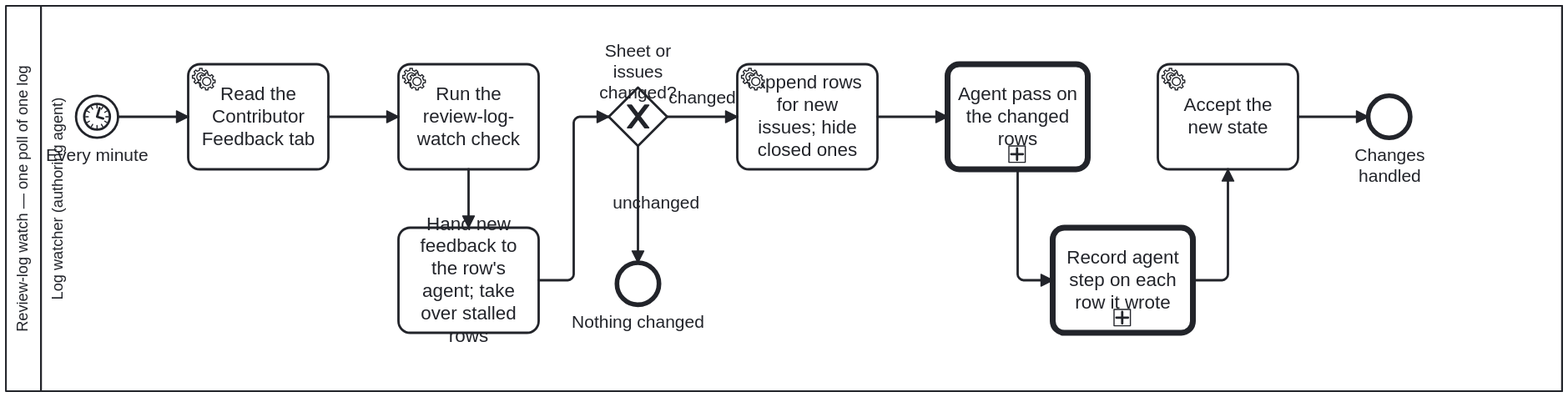
The BPMN diagram processes/content/review-log-watch.svg in litlfred/folio-assistant-core, before a commit. Its source is kept beside it as processes/content/review-log-watch.bpmn. Ids are renumbered. Its diagram source:
```xml
<!--
  folio-assistant — the review-log watcher's poll.

  Source of truth: this file. Any SVG of it is generated by `bun run cat
  render:bpmn`; never hand-edit one.

  The mechanical check that decides whether a review log needs agent work: no
  agent work starts unless the sheet or the issues changed. Tool
  review-log-watch; skill review-log-watch.
  Calls contributor-feedback.bpmn for each changed row.
-->
<bpmn:definitions xmlns:bpmn="http://www.omg.org/spec/BPMN/20100524/MODEL"
                  xmlns:bpmndi="http://www.omg.org/spec/BPMN/20100524/DI"
                  xmlns:dc="http://www.omg.org/spec/DD/20100524/DC"
                  xmlns:di="http://www.omg.org/spec/DD/20100524/DI"
                  xmlns:bootstrap.processes="https://litlfred.github.io/bootstrap/v0/processes/ns/"
                  id="Definitions_ReviewLogWatch"
                  targetNamespace="https://litlfred.github.io/folio-assistant/workflows"
                  exporter="folio-assistant" exporterVersion="1">
  <bpmn:import namespace="https://litlfred.github.io/bootstrap/v0/processes/ns/" location="https://litlfred.github.io/bootstrap/v0/processes/ns.jsonld" importType="http://www.w3.org/ns/json-ld"/>
  <bpmn:resource id="authoring-agent" name="Authoring agent"/>

  <bpmn:collaboration id="Collaboration_ReviewLogWatch">
    <bpmn:participant id="Participant_ReviewLogWatch" name="Review-log watch — one poll of one log" processRef="Process_ReviewLogWatch" />
  </bpmn:collaboration>
  <bpmn:process id="Process_ReviewLogWatch" name="Review-log watch" isExecutable="false">
    <bpmn:documentation>
      One poll of one review log (a drafting Contributor Feedback sheet, or a
      public-comment sheet's Review Change Sets) and its folio repository. A tool decides, with no agent judgement, whether
      anything a person set in the sheet or any open issue changed since the
      last poll. Only then does the agent append rows for new issues and do
      its pass. Skill: review-log-watch.
    </bpmn:documentation>
    <bpmn:laneSet id="Process_ReviewLogWatch_LaneSet">
      <bpmn:lane id="Lane_Watcher" name="Log watcher (authoring agent)" partitionElementRef="authoring-agent">
        <bpmn:documentation>The agent thread that watches the log. Until the check says changed it only reads and runs the tool.</bpmn:documentation>
        <bpmn:flowNodeRef>StartEvent_Poll</bpmn:flowNodeRef>
        <bpmn:flowNodeRef>Task_ReadSheet</bpmn:flowNodeRef>
        <bpmn:flowNodeRef>Task_RunCheck</bpmn:flowNodeRef>
        <bpmn:flowNodeRef>Task_StallCheck</bpmn:flowNodeRef>
        <bpmn:flowNodeRef>Gateway_Changed</bpmn:flowNodeRef>
        <bpmn:flowNodeRef>Task_AppendRows</bpmn:flowNodeRef>
        <bpmn:flowNodeRef>Task_AgentPass</bpmn:flowNodeRef>
        <bpmn:flowNodeRef>Task_RecordStep</bpmn:flowNodeRef>
        <bpmn:flowNodeRef>Task_Accept</bpmn:flowNodeRef>
        <bpmn:flowNodeRef>EndEvent_Done</bpmn:flowNodeRef>
        <bpmn:flowNodeRef>EndEvent_NoWork</bpmn:flowNodeRef>
      </bpmn:lane>
    </bpmn:laneSet>

    <bpmn:startEvent id="StartEvent_Poll" name="Every minute">
      <bpmn:documentation>The watcher's poll: a chain of 1-minute delayed wakes, each queuing the next before it reads anything, with an hourly scheduled task that restarts the chain if it breaks.</bpmn:documentation>
      <bpmn:outgoing>WF01</bpmn:outgoing>
      <bpmn:timerEventDefinition id="Timer_Poll"><bpmn:timeCycle>R/PT1M</bpmn:timeCycle></bpmn:timerEventDefinition>
    </bpmn:startEvent>
    <bpmn:serviceTask id="Task_ReadSheet" name="Read the Contributor Feedback tab">
      <bpmn:documentation>Reads Watch!F1:I1, the hash of the person-set cells that the sheet script writes on every refresh, and Contributor Feedback's header row and Issue column (a public-comment log: Review Change Sets' header row and Change-set column), and saves them as JSON for the check. A sheet without the Watch hash yet is read whole. Reading is not agent work: it changes nothing.</bpmn:documentation>
      <bpmn:extensionElements><bootstrap.processes:skill ref="review-log-watch"/></bpmn:extensionElements>
      <bpmn:incoming>WF01</bpmn:incoming>
      <bpmn:outgoing>WF02</bpmn:outgoing>
    </bpmn:serviceTask>
    <bpmn:serviceTask id="Task_RunCheck" name="Run the review-log-watch check">
      <bpmn:documentation>Runs Tool review-log-watch with the folio repository, the saved values and the log's state file. The tool reads the repository's open and closed issues (no pull requests, no issue labelled no-sheet) and compares a digest of them and of the cells people set (Title, Selected Sections, Contributor Feedback, Disposition, Ready for agent, Ready for merge, Dispositions confirmed; on a public-comment log also Committee Feedback, TWG (CS), TWG (human), Change Set (human)) with the last check's. A read with no Issue column tracks only change-set issues and appends no rows, reporting them as issue-unlinked. It writes nothing.</bpmn:documentation>
      <bpmn:extensionElements><bootstrap.processes:skill ref="review-log-watch"/></bpmn:extensionElements>
      <bpmn:incoming>WF02</bpmn:incoming>
      <bpmn:outgoing>WF03</bpmn:outgoing>
    </bpmn:serviceTask>
    <bpmn:task id="Task_StallCheck" name="Hand new feedback to the row's agent; take over stalled rows">
      <bpmn:documentation>On every poll, changed or not, new Blue feedback goes verbatim to the agent working the row, and a stalled row is restarted or taken over. For each row: new Blue feedback goes, verbatim and in the same poll, to the thread that owns the row (named in its Agent row or Feedback (agent)), and Feedback (agent) says who has it. A row is stalled when its Blue cells changed, or Ready for agent turned Yes, more than 10 minutes ago and no Agent step was recorded since; or when its agent recorded no step for 2 hours. A stalled row's owning thread is asked once; with no answer within 10 minutes, or a thread that is done or stopped, the watcher takes the row over, or asks the coordinator for a new thread, and writes the new owner, the step and a link into Feedback (agent).</bpmn:documentation>
      <bpmn:extensionElements><bootstrap.processes:skill ref="review-log-watch"/></bpmn:extensionElements>
      <bpmn:incoming>WF03</bpmn:incoming>
      <bpmn:outgoing>WF09</bpmn:outgoing>
    </bpmn:task>
    <bpmn:exclusiveGateway id="Gateway_Changed" name="Sheet or issues changed?">
      <bpmn:documentation>The tool's status. unchanged (exit 0): the poll ends and no other agent work starts. changed (exit 10): its changes and the rows to append go on.</bpmn:documentation>
      <bpmn:incoming>WF09</bpmn:incoming>
      <bpmn:outgoing>WF04</bpmn:outgoing>
      <bpmn:outgoing>WF05</bpmn:outgoing>
    </bpmn:exclusiveGateway>
    <bpmn:serviceTask id="Task_AppendRows" name="Append rows for new issues; hide closed ones">
      <bpmn:documentation>For each row in the tool's append list (one per issue that no row's Issue cell links yet), appends it below the last row of Contributor Feedback: Title is the issue's title, the first Contributor Feedback column @login (#N): the issue's first paragraph, Issue its URL. The script gives each new row its Change-set id. No other writer adds issue rows. Then each row linking a closed issue (the tool's closedRows, and the rows just appended as closed) is hidden and its text struck through.</bpmn:documentation>
      <bpmn:extensionElements><bootstrap.processes:skill ref="review-log-watch"/></bpmn:extensionElements>
      <bpmn:incoming>WF04</bpmn:incoming>
      <bpmn:outgoing>WF06</bpmn:outgoing>
    </bpmn:serviceTask>
    <bpmn:callActivity id="Task_AgentPass" name="Agent pass on the changed rows" calledElement="Process_ContributorFeedback">
      <bpmn:documentation>For each changed row, the agent pass of Contributor feedback on a working draft: Ready for agent = Yes gets its edit, Ready for merge = Yes its merge, and a Blue answer to a Decision needed question is taken up. Every new row (from an issue, a person or a TWG workbook), every row with an empty Feedback (agent) and every row whose Blue cells changed gets feedback in the same wake, in the fixed layout: the ask first (Decision needed: with lettered options, one recommended, and where to answer), then Proposed direction: and Next:, only the tags bold. The work stays inside the row's Selected Sections; a row with none gets a question asking which, and any edit outside them is named on an Outside the selected sections: line. PRs are named as repo#n, which the sheet script links, and it adds a Where to review line linking each selected section on the preview. The agent then runs tools/review-log-watch/lint.ts and fixes what it flags: a cell that breaks the layout, or a PR state that GitHub contradicts. The agent records its step on the Agent tab at once, with the real time. Previews follow main: by default (Config PREVIEW_REFRESH automatic) the agent runs tools/review-log-watch/previews.ts on every poll for every open change-set PR, and also when people act on a change set (new Blue feedback, Ready for agent set to Yes, or feedback asking to update the preview); with PREVIEW_REFRESH on-feedback, only then. A branch behind main gets main merged in (a merge commit), pushed and restaged; a conflict a person must settle is asked in the change set's feedback.</bpmn:documentation>
      <bpmn:extensionElements><bootstrap.processes:skill ref="review-sheet-script"/></bpmn:extensionElements>
      <bpmn:incoming>WF06</bpmn:incoming>
      <bpmn:outgoing>WF07</bpmn:outgoing>
    </bpmn:callActivity>
    <bpmn:callActivity id="Task_RecordStep" name="Record agent step on each row it wrote" calledElement="Process_RecordAgentStep">
      <bpmn:documentation>For every row the pass or the stall check wrote, Record agent step: the Agent tab row first (status, pull request, preview, step), then Feedback (agent) from it, then read back Agentic status and Staging review. A row whose Feedback (agent) names a pull request or preview its Agent row does not, or whose Agent step is not "&lt;step&gt; &lt;time&gt;", is fixed here.</bpmn:documentation>
      <bpmn:extensionElements><bootstrap.processes:skill ref="review-sheet-agent-columns"/></bpmn:extensionElements>
      <bpmn:incoming>WF07</bpmn:incoming>
      <bpmn:outgoing>WF10</bpmn:outgoing>
    </bpmn:callActivity>
    <bpmn:serviceTask id="Task_Accept" name="Accept the new state">
      <bpmn:documentation>Runs the check again with --accept, so the state file holds what was just handled and the next poll compares against it. A row the pass could not finish stays changed and is picked up on the next poll.</bpmn:documentation>
      <bpmn:extensionElements><bootstrap.processes:skill ref="review-log-watch"/></bpmn:extensionElements>
      <bpmn:incoming>WF10</bpmn:incoming>
      <bpmn:outgoing>WF08</bpmn:outgoing>
    </bpmn:serviceTask>
    <bpmn:endEvent id="EndEvent_Done" name="Changes handled">
      <bpmn:incoming>WF08</bpmn:incoming>
    </bpmn:endEvent>
    <bpmn:endEvent id="EndEvent_NoWork" name="Nothing changed">
      <bpmn:documentation>No agent work: the next wake is queued and the poll ends.</bpmn:documentation>
      <bpmn:incoming>WF05</bpmn:incoming>
    </bpmn:endEvent>

    <bpmn:sequenceFlow id="WF01" sourceRef="StartEvent_Poll" targetRef="Task_ReadSheet" />
    <bpmn:sequenceFlow id="WF02" sourceRef="Task_ReadSheet" targetRef="Task_RunCheck" />
    <bpmn:sequenceFlow id="WF03" sourceRef="Task_RunCheck" targetRef="Task_StallCheck" />
    <bpmn:sequenceFlow id="WF09" sourceRef="Task_StallCheck" targetRef="Gateway_Changed" />
    <bpmn:sequenceFlow id="WF04" name="changed" sourceRef="Gateway_Changed" targetRef="Task_AppendRows" />
    <bpmn:sequenceFlow id="WF05" name="unchanged" sourceRef="Gateway_Changed" targetRef="EndEvent_NoWork" />
    <bpmn:sequenceFlow id="WF06" sourceRef="Task_AppendRows" targetRef="Task_AgentPass" />
    <bpmn:sequenceFlow id="WF07" sourceRef="Task_AgentPass" targetRef="Task_RecordStep" />
    <bpmn:sequenceFlow id="WF10" sourceRef="Task_RecordStep" targetRef="Task_Accept" />
    <bpmn:sequenceFlow id="WF08" sourceRef="Task_Accept" targetRef="EndEvent_Done" />
  </bpmn:process>

  <bpmndi:BPMNDiagram id="BPMNDiagram_ReviewLogWatch">
    <bpmndi:BPMNPlane id="BPMNPlane_1" bpmnElement="Collaboration_ReviewLogWatch">
      <bpmndi:BPMNShape id="Participant_ReviewLogWatch_di" bpmnElement="Participant_ReviewLogWatch" isHorizontal="true">
        <dc:Bounds x="160" y="60" width="1332" height="330" />
      </bpmndi:BPMNShape>
      <bpmndi:BPMNShape id="Lane_Watcher_di" bpmnElement="Lane_Watcher" isHorizontal="true">
        <dc:Bounds x="190" y="60" width="1302" height="330" />
      </bpmndi:BPMNShape>
      <bpmndi:BPMNShape id="StartEvent_Poll_di" bpmnElement="StartEvent_Poll">
        <dc:Bounds x="220" y="137" width="36" height="36" />
        <bpmndi:BPMNLabel><dc:Bounds x="180" y="179" width="116" height="30" /></bpmndi:BPMNLabel>
      </bpmndi:BPMNShape>
      <bpmndi:BPMNShape id="Task_ReadSheet_di" bpmnElement="Task_ReadSheet">
        <dc:Bounds x="316" y="110" width="120" height="90" />
      </bpmndi:BPMNShape>
      <bpmndi:BPMNShape id="Task_RunCheck_di" bpmnElement="Task_RunCheck">
        <dc:Bounds x="496" y="110" width="120" height="90" />
      </bpmndi:BPMNShape>
      <bpmndi:BPMNShape id="Gateway_Changed_di" bpmnElement="Gateway_Changed" isMarkerVisible="true">
        <dc:Bounds x="676" y="130" width="50" height="50" />
        <bpmndi:BPMNLabel><dc:Bounds x="636" y="90" width="130" height="30" /></bpmndi:BPMNLabel>
      </bpmndi:BPMNShape>
      <bpmndi:BPMNShape id="Task_AppendRows_di" bpmnElement="Task_AppendRows">
        <dc:Bounds x="786" y="110" width="120" height="90" />
      </bpmndi:BPMNShape>
      <bpmndi:BPMNShape id="Task_AgentPass_di" bpmnElement="Task_AgentPass">
        <dc:Bounds x="966" y="110" width="120" height="90" />
      </bpmndi:BPMNShape>
      <bpmndi:BPMNShape id="Task_Accept_di" bpmnElement="Task_Accept">
        <dc:Bounds x="1146" y="110" width="120" height="90" />
      </bpmndi:BPMNShape>
      <bpmndi:BPMNShape id="EndEvent_Done_di" bpmnElement="EndEvent_Done">
        <dc:Bounds x="1326" y="137" width="36" height="36" />
        <bpmndi:BPMNLabel><dc:Bounds x="1286" y="179" width="116" height="30" /></bpmndi:BPMNLabel>
      </bpmndi:BPMNShape>
      <bpmndi:BPMNShape id="EndEvent_NoWork_di" bpmnElement="EndEvent_NoWork">
        <dc:Bounds x="683" y="280" width="36" height="36" />
        <bpmndi:BPMNLabel><dc:Bounds x="643" y="322" width="116" height="30" /></bpmndi:BPMNLabel>
      </bpmndi:BPMNShape>
      <bpmndi:BPMNEdge id="WF01_di" bpmnElement="WF01">
        <di:waypoint x="256" y="155" />
        <di:waypoint x="316" y="155" />
      </bpmndi:BPMNEdge>
      <bpmndi:BPMNEdge id="WF02_di" bpmnElement="WF02">
        <di:waypoint x="436" y="155" />
        <di:waypoint x="496" y="155" />
      </bpmndi:BPMNEdge>
      <bpmndi:BPMNShape id="Task_StallCheck_di" bpmnElement="Task_StallCheck">
        <dc:Bounds x="496" y="250" width="120" height="90" />
      </bpmndi:BPMNShape>
      <bpmndi:BPMNEdge id="WF03_di" bpmnElement="WF03">
        <di:waypoint x="556" y="200" />
        <di:waypoint x="556" y="250" />
      </bpmndi:BPMNEdge>
      <bpmndi:BPMNEdge id="WF09_di" bpmnElement="WF09">
        <di:waypoint x="616" y="295" />
        <di:waypoint x="646" y="295" />
        <di:waypoint x="646" y="155" />
        <di:waypoint x="676" y="155" />
      </bpmndi:BPMNEdge>
      <bpmndi:BPMNEdge id="WF04_di" bpmnElement="WF04">
        <di:waypoint x="726" y="155" />
        <di:waypoint x="786" y="155" />
      </bpmndi:BPMNEdge>
      <bpmndi:BPMNEdge id="WF05_di" bpmnElement="WF05">
        <di:waypoint x="701" y="180" />
        <di:waypoint x="701" y="280" />
      </bpmndi:BPMNEdge>
      <bpmndi:BPMNEdge id="WF06_di" bpmnElement="WF06">
        <di:waypoint x="906" y="155" />
        <di:waypoint x="966" y="155" />
      </bpmndi:BPMNEdge>
      <bpmndi:BPMNShape id="Task_RecordStep_di" bpmnElement="Task_RecordStep">
        <dc:Bounds x="1056" y="250" width="120" height="90" />
      </bpmndi:BPMNShape>
      <bpmndi:BPMNEdge id="WF07_di" bpmnElement="WF07">
        <di:waypoint x="1026" y="200" />
        <di:waypoint x="1026" y="295" />
        <di:waypoint x="1056" y="295" />
      </bpmndi:BPMNEdge>
      <bpmndi:BPMNEdge id="WF10_di" bpmnElement="WF10">
        <di:waypoint x="1176" y="295" />
        <di:waypoint x="1206" y="295" />
        <di:waypoint x="1206" y="200" />
      </bpmndi:BPMNEdge>
      <bpmndi:BPMNEdge id="WF08_di" bpmnElement="WF08">
        <di:waypoint x="1266" y="155" />
        <di:waypoint x="1326" y="155" />
      </bpmndi:BPMNEdge>
    </bpmndi:BPMNPlane>
  </bpmndi:BPMNDiagram>
</bpmn:definitions>
```
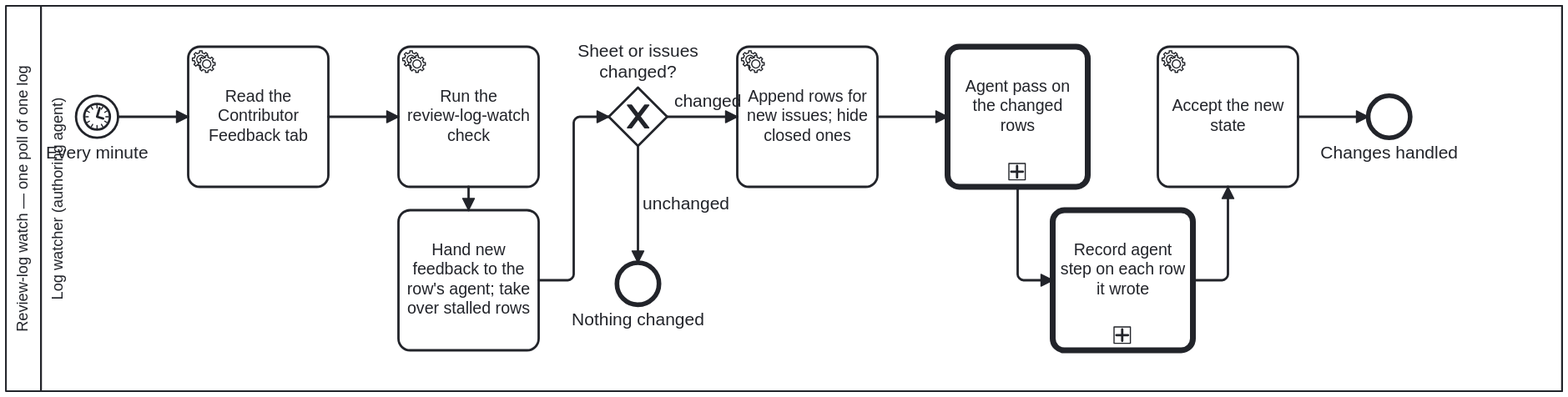
The same diagram one commit later.

Change to the diagram source:
```diff
@@ -134,23 +134,23 @@
         <bpmndi:BPMNLabel><dc:Bounds x="180" y="179" width="116" height="30" /></bpmndi:BPMNLabel>
       </bpmndi:BPMNShape>
       <bpmndi:BPMNShape id="Task_ReadSheet_di" bpmnElement="Task_ReadSheet">
-        <dc:Bounds x="316" y="110" width="120" height="90" />
+        <dc:Bounds x="316" y="95" width="120" height="120" />
       </bpmndi:BPMNShape>
       <bpmndi:BPMNShape id="Task_RunCheck_di" bpmnElement="Task_RunCheck">
-        <dc:Bounds x="496" y="110" width="120" height="90" />
+        <dc:Bounds x="496" y="95" width="120" height="120" />
       </bpmndi:BPMNShape>
       <bpmndi:BPMNShape id="Gateway_Changed_di" bpmnElement="Gateway_Changed" isMarkerVisible="true">
         <dc:Bounds x="676" y="130" width="50" height="50" />
         <bpmndi:BPMNLabel><dc:Bounds x="636" y="90" width="130" height="30" /></bpmndi:BPMNLabel>
       </bpmndi:BPMNShape>
       <bpmndi:BPMNShape id="Task_AppendRows_di" bpmnElement="Task_AppendRows">
-        <dc:Bounds x="786" y="110" width="120" height="90" />
+        <dc:Bounds x="786" y="95" width="120" height="120" />
       </bpmndi:BPMNShape>
       <bpmndi:BPMNShape id="Task_AgentPass_di" bpmnElement="Task_AgentPass">
-        <dc:Bounds x="966" y="110" width="120" height="90" />
+        <dc:Bounds x="966" y="95" width="120" height="120" />
       </bpmndi:BPMNShape>
       <bpmndi:BPMNShape id="Task_Accept_di" bpmnElement="Task_Accept">
-        <dc:Bounds x="1146" y="110" width="120" height="90" />
+        <dc:Bounds x="1146" y="95" width="120" height="120" />
       </bpmndi:BPMNShape>
       <bpmndi:BPMNShape id="EndEvent_Done_di" bpmnElement="EndEvent_Done">
         <dc:Bounds x="1326" y="137" width="36" height="36" />
@@ -169,11 +169,11 @@
         <di:waypoint x="496" y="155" />
       </bpmndi:BPMNEdge>
       <bpmndi:BPMNShape id="Task_StallCheck_di" bpmnElement="Task_StallCheck">
-        <dc:Bounds x="496" y="250" width="120" height="90" />
+        <dc:Bounds x="496" y="235" width="120" height="120" />
       </bpmndi:BPMNShape>
       <bpmndi:BPMNEdge id="WF03_di" bpmnElement="WF03">
-        <di:waypoint x="556" y="200" />
-        <di:waypoint x="556" y="250" />
+        <di:waypoint x="556" y="215" />
+        <di:waypoint x="556" y="235" />
       </bpmndi:BPMNEdge>
       <bpmndi:BPMNEdge id="WF09_di" bpmnElement="WF09">
         <di:waypoint x="616" y="295" />
@@ -194,17 +194,17 @@
         <di:waypoint x="966" y="155" />
       </bpmndi:BPMNEdge>
       <bpmndi:BPMNShape id="Task_RecordStep_di" bpmnElement="Task_RecordStep">
-        <dc:Bounds x="1056" y="250" width="120" height="90" />
+        <dc:Bounds x="1056" y="235" width="120" height="120" />
       </bpmndi:BPMNShape>
       <bpmndi:BPMNEdge id="WF07_di" bpmnElement="WF07">
-        <di:waypoint x="1026" y="200" />
+        <di:waypoint x="1026" y="215" />
         <di:waypoint x="1026" y="295" />
         <di:waypoint x="1056" y="295" />
       </bpmndi:BPMNEdge>
       <bpmndi:BPMNEdge id="WF10_di" bpmnElement="WF10">
         <di:waypoint x="1176" y="295" />
         <di:waypoint x="1206" y="295" />
-        <di:waypoint x="1206" y="200" />
+        <di:waypoint x="1206" y="215" />
       </bpmndi:BPMNEdge>
       <bpmndi:BPMNEdge id="WF08_di" bpmnElement="WF08">
         <di:waypoint x="1266" y="155" />
```
